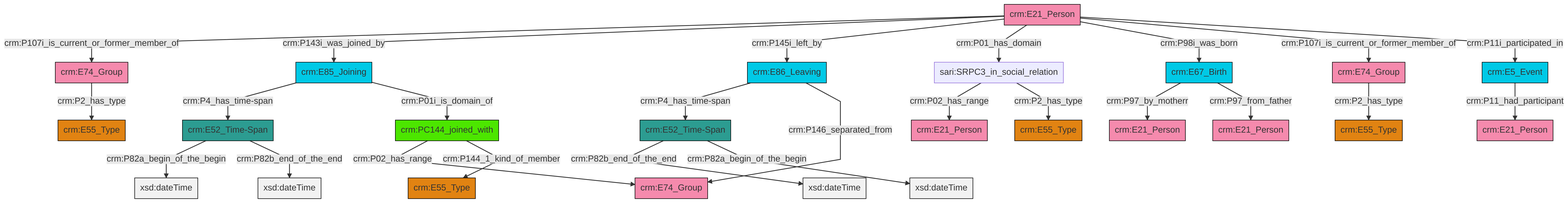
Before: et/personCSV/ttl/mmd/png/Person_Actor_Relations.png, a diagram exported from Mermaid (swiss-art-research-net/docs.swissartresearch). Its source is kept beside it as et/personCSV/ttl/mmd/Person_Actor_Relations.ttl.mmd.
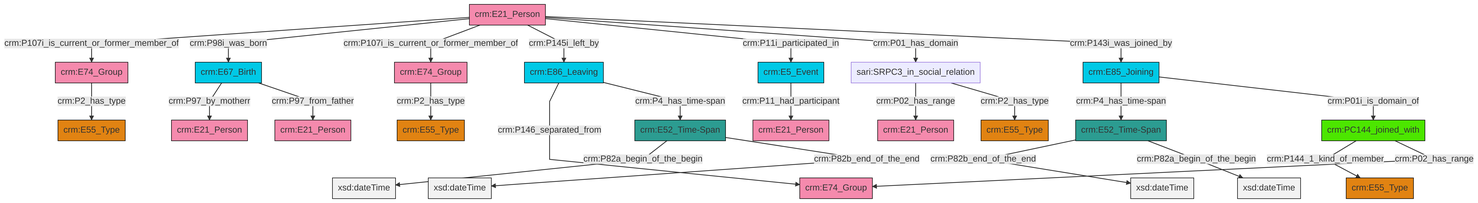
Above is the later version.

Change to the diagram source:
```diff
@@ -13,27 +13,27 @@
 classDef PC_Classes fill:#4ce600, stroke:#000000;
 classDef Multi fill:#cccccc,stroke:#000000;
 
-0["crm:E21_Person"]:::Actor -->|crm:P107i_is_current_or_former_member_of| 1["crm:E74_Group"]:::Actor
-2["crm:E52_Time-Span"]:::Time-Span -->|crm:P82a_begin_of_the_begin| 3[xsd:dateTime]:::Literal
-1["crm:E74_Group"]:::Actor -->|crm:P2_has_type| 6["crm:E55_Type"]:::Type
-7["crm:E85_Joining"]:::Temporal_Entity -->|crm:P4_has_time-span| 2["crm:E52_Time-Span"]:::Time-Span
-0["crm:E21_Person"]:::Actor -->|crm:P143i_was_joined_by| 7["crm:E85_Joining"]:::Temporal_Entity
-12["sari:SRPC3_in_social_relation"]:::Default -->|crm:P02_has_range| 13["crm:E21_Person"]:::Actor
-0["crm:E21_Person"]:::Actor -->|crm:P145i_left_by| 16["crm:E86_Leaving"]:::Temporal_Entity
-17["crm:E74_Group"]:::Actor -->|crm:P2_has_type| 4["crm:E55_Type"]:::Type
-19["crm:E67_Birth"]:::Temporal_Entity -->|crm:P97_by_motherr| 10["crm:E21_Person"]:::Actor
-20["crm:PC144_joined_with"]:::PC_Classes -->|crm:P02_has_range| 21["crm:E74_Group"]:::Actor
-0["crm:E21_Person"]:::Actor -->|crm:P01_has_domain| 12["sari:SRPC3_in_social_relation"]:::Default
-12["sari:SRPC3_in_social_relation"]:::Default -->|crm:P2_has_type| 8["crm:E55_Type"]:::Type
-25["crm:E5_Event"]:::Temporal_Entity -->|crm:P11_had_participant| 14["crm:E21_Person"]:::Actor
-0["crm:E21_Person"]:::Actor -->|crm:P98i_was_born| 19["crm:E67_Birth"]:::Temporal_Entity
-16["crm:E86_Leaving"]:::Temporal_Entity -->|crm:P4_has_time-span| 27["crm:E52_Time-Span"]:::Time-Span
-7["crm:E85_Joining"]:::Temporal_Entity -->|crm:P01i_is_domain_of| 20["crm:PC144_joined_with"]:::PC_Classes
-16["crm:E86_Leaving"]:::Temporal_Entity -->|crm:P146_separated_from| 21["crm:E74_Group"]:::Actor
-20["crm:PC144_joined_with"]:::PC_Classes -->|crm:P144_1_kind_of_member| 23["crm:E55_Type"]:::Type
-0["crm:E21_Person"]:::Actor -->|crm:P107i_is_current_or_former_member_of| 17["crm:E74_Group"]:::Actor
-27["crm:E52_Time-Span"]:::Time-Span -->|crm:P82b_end_of_the_end| 42[xsd:dateTime]:::Literal
-2["crm:E52_Time-Span"]:::Time-Span -->|crm:P82b_end_of_the_end| 43[xsd:dateTime]:::Literal
-0["crm:E21_Person"]:::Actor -->|crm:P11i_participated_in| 25["crm:E5_Event"]:::Temporal_Entity
-19["crm:E67_Birth"]:::Temporal_Entity -->|crm:P97_from_father| 30["crm:E21_Person"]:::Actor
-27["crm:E52_Time-Span"]:::Time-Span -->|crm:P82a_begin_of_the_begin| 45[xsd:dateTime]:::Literal
+0["crm:E67_Birth"]:::Temporal_Entity -->|crm:P97_by_motherr| 1["crm:E21_Person"]:::Actor
+4["sari:SRPC3_in_social_relation"]:::Default -->|crm:P02_has_range| 5["crm:E21_Person"]:::Actor
+8["crm:E21_Person"]:::Actor -->|crm:P107i_is_current_or_former_member_of| 9["crm:E74_Group"]:::Actor
+18["crm:PC144_joined_with"]:::PC_Classes -->|crm:P144_1_kind_of_member| 13["crm:E55_Type"]:::Type
+19["crm:E52_Time-Span"]:::Time-Span -->|crm:P82a_begin_of_the_begin| 20[xsd:dateTime]:::Literal
+8["crm:E21_Person"]:::Actor -->|crm:P98i_was_born| 0["crm:E67_Birth"]:::Temporal_Entity
+8["crm:E21_Person"]:::Actor -->|crm:P107i_is_current_or_former_member_of| 22["crm:E74_Group"]:::Actor
+4["sari:SRPC3_in_social_relation"]:::Default -->|crm:P2_has_type| 26["crm:E55_Type"]:::Type
+29["crm:E86_Leaving"]:::Temporal_Entity -->|crm:P146_separated_from| 24["crm:E74_Group"]:::Actor
+27["crm:E52_Time-Span"]:::Time-Span -->|crm:P82b_end_of_the_end| 32[xsd:dateTime]:::Literal
+35["crm:E85_Joining"]:::Temporal_Entity -->|crm:P4_has_time-span| 27["crm:E52_Time-Span"]:::Time-Span
+0["crm:E67_Birth"]:::Temporal_Entity -->|crm:P97_from_father| 37["crm:E21_Person"]:::Actor
+30["crm:E5_Event"]:::Temporal_Entity -->|crm:P11_had_participant| 11["crm:E21_Person"]:::Actor
+8["crm:E21_Person"]:::Actor -->|crm:P145i_left_by| 29["crm:E86_Leaving"]:::Temporal_Entity
+27["crm:E52_Time-Span"]:::Time-Span -->|crm:P82a_begin_of_the_begin| 42[xsd:dateTime]:::Literal
+8["crm:E21_Person"]:::Actor -->|crm:P11i_participated_in| 30["crm:E5_Event"]:::Temporal_Entity
+8["crm:E21_Person"]:::Actor -->|crm:P01_has_domain| 4["sari:SRPC3_in_social_relation"]:::Default
+29["crm:E86_Leaving"]:::Temporal_Entity -->|crm:P4_has_time-span| 19["crm:E52_Time-Span"]:::Time-Span
+18["crm:PC144_joined_with"]:::PC_Classes -->|crm:P02_has_range| 24["crm:E74_Group"]:::Actor
+9["crm:E74_Group"]:::Actor -->|crm:P2_has_type| 15["crm:E55_Type"]:::Type
+8["crm:E21_Person"]:::Actor -->|crm:P143i_was_joined_by| 35["crm:E85_Joining"]:::Temporal_Entity
+35["crm:E85_Joining"]:::Temporal_Entity -->|crm:P01i_is_domain_of| 18["crm:PC144_joined_with"]:::PC_Classes
+22["crm:E74_Group"]:::Actor -->|crm:P2_has_type| 2["crm:E55_Type"]:::Type
+19["crm:E52_Time-Span"]:::Time-Span -->|crm:P82b_end_of_the_end| 46[xsd:dateTime]:::Literal
```
